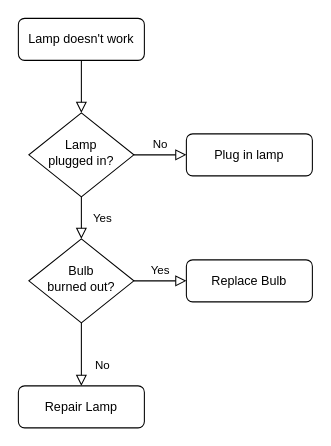
cschellenberger/Analysis-Fundamentals keeps this draw.io diagram as BasicFlowchart.drawio. Above is the earlier version. Source tidied: cells renumbered, new cells numbered last; positions are measured from the earlier drawing's top-left corner, leaving out a move shared by most shapes. Both pictures are drawn from the tidied source at 105%, with x=0, y=0 at pixel (18, 18).
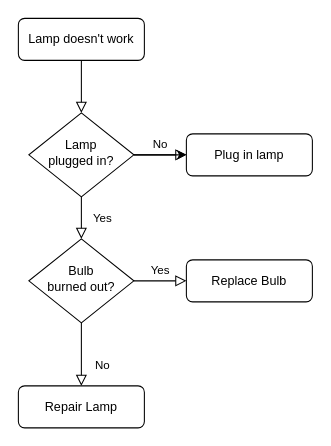
After the change.

Change to the diagram source:
```diff
@@
 <mxGraphModel>
   <root>
     <mxCell id="0" />
     <mxCell id="1" parent="0" />
     <mxCell id="2" style="rounded=0;html=1;jettySize=auto;fontSize=11;endArrow=block;endFill=0;endSize=8;strokeWidth=1;shadow=0;labelBackgroundColor=none;edgeStyle=orthogonalEdgeStyle;" parent="1" edge="1" source="3" target="6">
       <mxGeometry relative="1" as="geometry" />
     </mxCell>
     <mxCell id="3" value="Lamp doesn't work" style="rounded=1;whiteSpace=wrap;html=1;fontSize=12;glass=0;strokeWidth=1;shadow=0;" parent="1" vertex="1">
       <mxGeometry width="120" height="40" as="geometry" />
     </mxCell>
     <mxCell id="4" value="Yes" style="rounded=0;html=1;jettySize=auto;fontSize=11;endArrow=block;endFill=0;endSize=8;strokeWidth=1;shadow=0;labelBackgroundColor=none;edgeStyle=orthogonalEdgeStyle;" parent="1" edge="1" source="6" target="10">
       <mxGeometry y="20" relative="1" as="geometry" />
     </mxCell>
     <mxCell id="5" value="No" style="edgeStyle=orthogonalEdgeStyle;rounded=0;html=1;jettySize=auto;fontSize=11;endArrow=block;endFill=0;endSize=8;strokeWidth=1;shadow=0;labelBackgroundColor=none;" parent="1" edge="1" source="6" target="7">
       <mxGeometry y="10" relative="1" as="geometry" />
     </mxCell>
+    <mxCell id="13" style="edgeStyle=orthogonalEdgeStyle;rounded=0;jettySize=auto;html=1;" parent="1" edge="1" source="6" target="7">
+      <mxGeometry relative="1" as="geometry" />
+    </mxCell>
     <mxCell id="6" value="Lamp&lt;br&gt;plugged in?" style="rhombus;whiteSpace=wrap;html=1;shadow=0;fontFamily=Helvetica;fontSize=12;align=center;strokeWidth=1;spacing=6;spacingTop=-4;" parent="1" vertex="1">
       <mxGeometry x="10" y="90" width="100" height="80" as="geometry" />
     </mxCell>
     <mxCell id="7" value="Plug in lamp" style="rounded=1;whiteSpace=wrap;html=1;fontSize=12;glass=0;strokeWidth=1;shadow=0;" parent="1" vertex="1">
       <mxGeometry x="160" y="110" width="120" height="40" as="geometry" />
     </mxCell>
     <mxCell id="8" value="No" style="rounded=0;html=1;jettySize=auto;fontSize=11;endArrow=block;endFill=0;endSize=8;strokeWidth=1;shadow=0;labelBackgroundColor=none;edgeStyle=orthogonalEdgeStyle;" parent="1" edge="1" source="10" target="11">
       <mxGeometry x="0.33" y="20" relative="1" as="geometry" />
     </mxCell>
     <mxCell id="9" value="Yes" style="edgeStyle=orthogonalEdgeStyle;rounded=0;html=1;jettySize=auto;fontSize=11;endArrow=block;endFill=0;endSize=8;strokeWidth=1;shadow=0;labelBackgroundColor=none;" parent="1" edge="1" source="10" target="12">
       <mxGeometry y="10" relative="1" as="geometry" />
     </mxCell>
     <mxCell id="10" value="Bulb&lt;br&gt;burned out?" style="rhombus;whiteSpace=wrap;html=1;shadow=0;fontFamily=Helvetica;fontSize=12;align=center;strokeWidth=1;spacing=6;spacingTop=-4;" parent="1" vertex="1">
       <mxGeometry x="10" y="210" width="100" height="80" as="geometry" />
     </mxCell>
     <mxCell id="11" value="Repair Lamp" style="rounded=1;whiteSpace=wrap;html=1;fontSize=12;glass=0;strokeWidth=1;shadow=0;" parent="1" vertex="1">
       <mxGeometry y="350" width="120" height="40" as="geometry" />
     </mxCell>
     <mxCell id="12" value="Replace Bulb" style="rounded=1;whiteSpace=wrap;html=1;fontSize=12;glass=0;strokeWidth=1;shadow=0;" parent="1" vertex="1">
       <mxGeometry x="160" y="230" width="120" height="40" as="geometry" />
     </mxCell>
   </root>
 </mxGraphModel>
```
